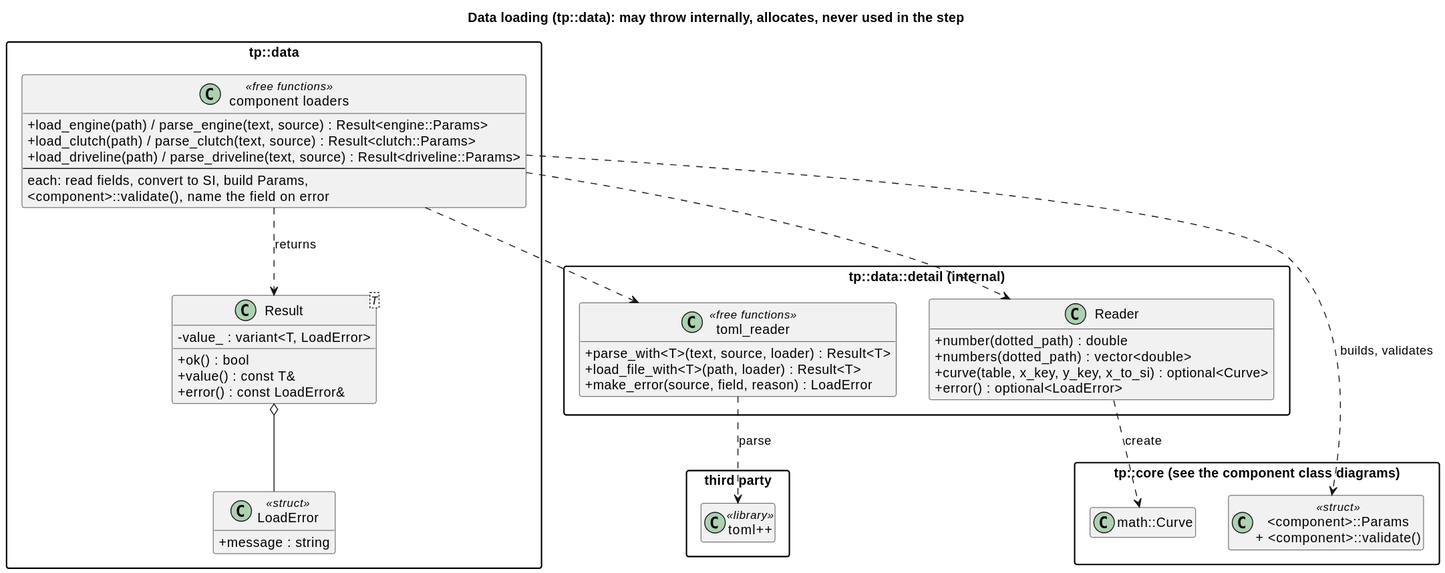
Before: docs/diagrams/svg/data_io_classes.svg, a diagram exported from PlantUML (wversteeg/TractorPulling).
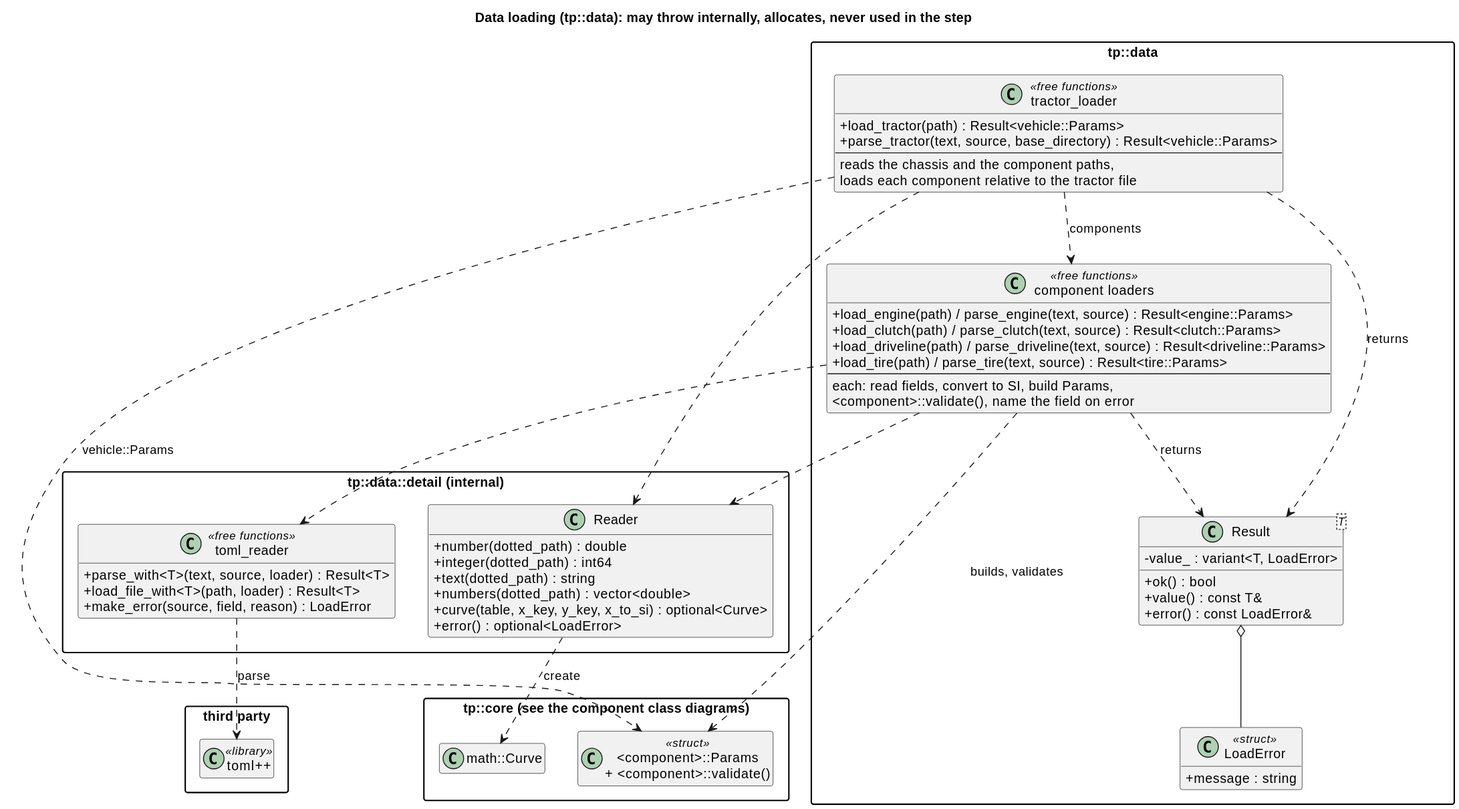
After the commit.

Change to the diagram source:
```diff
@@ -19,17 +19,29 @@
     +load_engine(path) / parse_engine(text, source) : Result<engine::Params>
     +load_clutch(path) / parse_clutch(text, source) : Result<clutch::Params>
     +load_driveline(path) / parse_driveline(text, source) : Result<driveline::Params>
+    +load_tire(path) / parse_tire(text, source) : Result<tire::Params>
     --
     each: read fields, convert to SI, build Params,
     <component>::validate(), name the field on error
   }
+  class "tractor_loader" as TractorLoader <<free functions>> {
+    +load_tractor(path) : Result<vehicle::Params>
+    +parse_tractor(text, source, base_directory) : Result<vehicle::Params>
+    --
+    reads the chassis and the component paths,
+    loads each component relative to the tractor file
+  }
   Result o-- LoadError
   Loaders ..> Result : returns
+  TractorLoader ..> Loaders : components
+  TractorLoader ..> Result : returns
 }
 
 package "tp::data::detail (internal)" {
   class Reader {
     +number(dotted_path) : double
+    +integer(dotted_path) : int64
+    +text(dotted_path) : string
     +numbers(dotted_path) : vector<double>
     +curve(table, x_key, y_key, x_to_si) : optional<Curve>
     +error() : optional<LoadError>
@@ -55,4 +67,6 @@
 TomlFns ..> Toml : parse
 Reader ..> Curve : create
 Loaders ..> CoreParams : builds, validates
+TractorLoader ..> Reader
+TractorLoader ..> CoreParams : vehicle::Params
 @enduml
```
